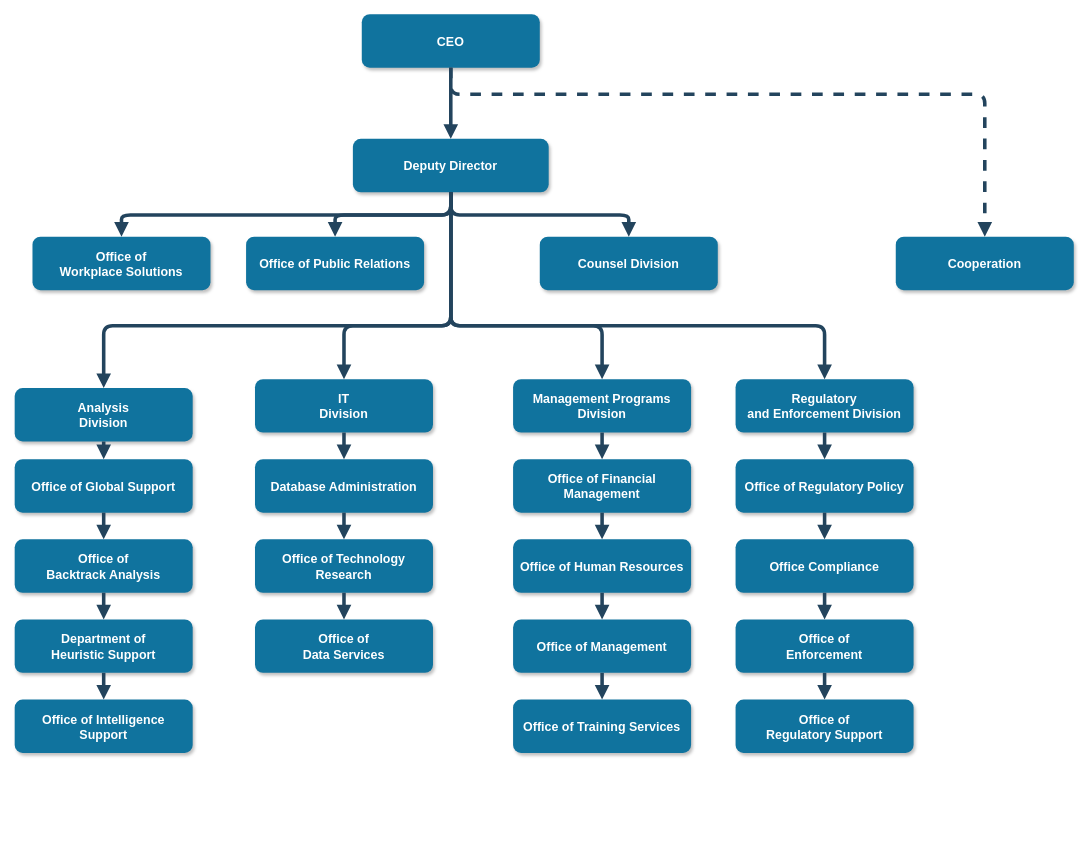
The draw.io diagram Диаграмма без названия.drawio in chk777/m, before the edit. Source tidied: cells renumbered, new cells numbered last; positions are measured from the earlier drawing's top-left corner, leaving out a move shared by most shapes. Both pictures are drawn from the tidied source at 89%, with x=0, y=0 at pixel (14, 14).
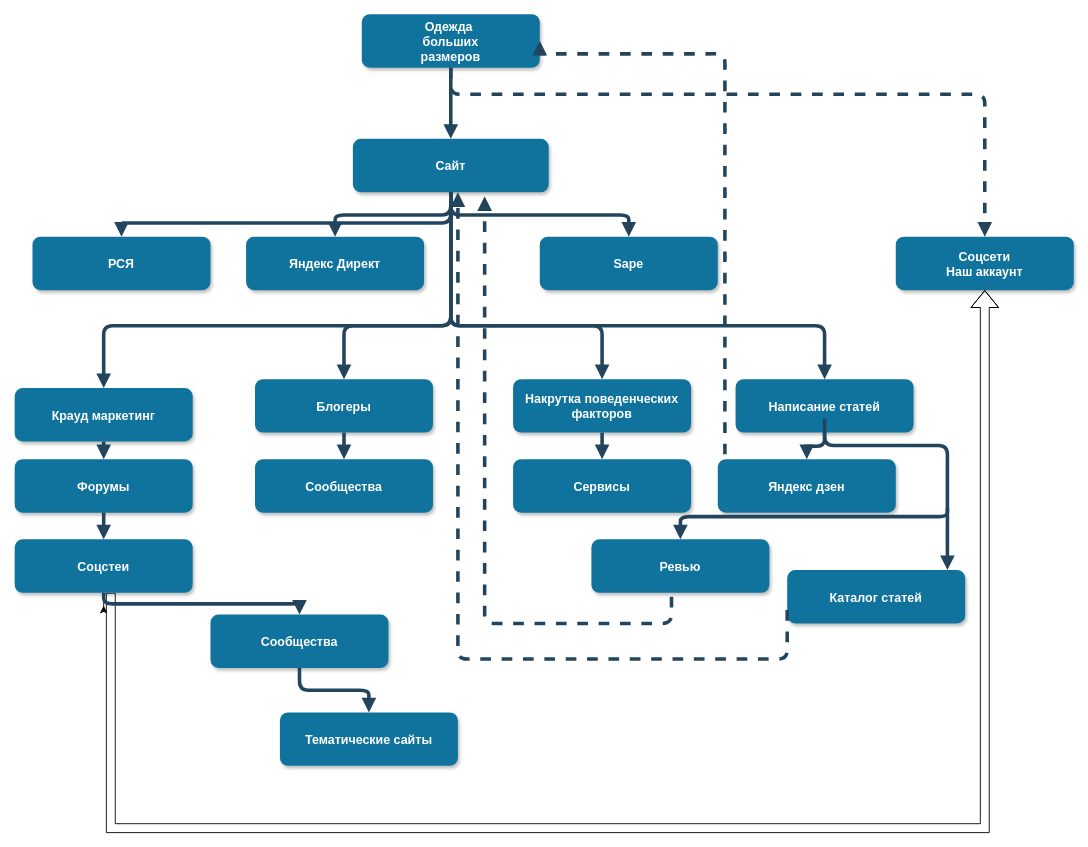
The same diagram, later.

Commit message:
Общая схема источников трафика для Jeleshop

Change to the diagram source:
```diff
@@
-    <mxCell id="2" value="CEO" style="rounded=1;fillColor=#10739E;strokeColor=none;shadow=1;gradientColor=none;fontStyle=1;fontColor=#FFFFFF;fontSize=14;" parent="1" vertex="1">
+    <mxCell id="2" value="Одежда &#10;больших&#10;размеров" style="rounded=1;fillColor=#10739E;strokeColor=none;shadow=1;gradientColor=none;fontStyle=1;fontColor=#FFFFFF;fontSize=14;" parent="1" vertex="1">
       <mxGeometry x="390" y="-0.5" width="200" height="60" as="geometry" />
     </mxCell>
-    <mxCell id="3" value="Deputy Director" style="rounded=1;fillColor=#10739E;strokeColor=none;shadow=1;gradientColor=none;fontStyle=1;fontColor=#FFFFFF;fontSize=14;" parent="1" vertex="1">
+    <mxCell id="3" value="Сайт" style="rounded=1;fillColor=#10739E;strokeColor=none;shadow=1;gradientColor=none;fontStyle=1;fontColor=#FFFFFF;fontSize=14;" parent="1" vertex="1">
       <mxGeometry x="380" y="139.5" width="220" height="60" as="geometry" />
     </mxCell>
-    <mxCell id="4" value="Office of &#10;Workplace Solutions" style="rounded=1;fillColor=#10739E;strokeColor=none;shadow=1;gradientColor=none;fontStyle=1;fontColor=#FFFFFF;fontSize=14;" parent="1" vertex="1">
+    <mxCell id="4" value="РСЯ" style="rounded=1;fillColor=#10739E;strokeColor=none;shadow=1;gradientColor=none;fontStyle=1;fontColor=#FFFFFF;fontSize=14;" parent="1" vertex="1">
       <mxGeometry x="20" y="249.5" width="200" height="60" as="geometry" />
     </mxCell>
-    <mxCell id="5" value="Office of Public Relations" style="rounded=1;fillColor=#10739E;strokeColor=none;shadow=1;gradientColor=none;fontStyle=1;fontColor=#FFFFFF;fontSize=14;" parent="1" vertex="1">
+    <mxCell id="5" value="Яндекс Директ" style="rounded=1;fillColor=#10739E;strokeColor=none;shadow=1;gradientColor=none;fontStyle=1;fontColor=#FFFFFF;fontSize=14;" parent="1" vertex="1">
       <mxGeometry x="260" y="249.5" width="200" height="60" as="geometry" />
     </mxCell>
-    <mxCell id="6" value="Counsel Division" style="rounded=1;fillColor=#10739E;strokeColor=none;shadow=1;gradientColor=none;fontStyle=1;fontColor=#FFFFFF;fontSize=14;" parent="1" vertex="1">
+    <mxCell id="6" value="Sape" style="rounded=1;fillColor=#10739E;strokeColor=none;shadow=1;gradientColor=none;fontStyle=1;fontColor=#FFFFFF;fontSize=14;" parent="1" vertex="1">
       <mxGeometry x="590" y="249.5" width="200" height="60" as="geometry" />
     </mxCell>
-    <mxCell id="7" value="Cooperation" style="rounded=1;fillColor=#10739E;strokeColor=none;shadow=1;gradientColor=none;fontStyle=1;fontColor=#FFFFFF;fontSize=14;" parent="1" vertex="1">
+    <mxCell id="7" value="Соцсети&#10;Наш аккаунт" style="rounded=1;fillColor=#10739E;strokeColor=none;shadow=1;gradientColor=none;fontStyle=1;fontColor=#FFFFFF;fontSize=14;" parent="1" vertex="1">
       <mxGeometry x="990" y="249.5" width="200" height="60" as="geometry" />
     </mxCell>
-    <mxCell id="8" value="Analysis &#10;Division" style="rounded=1;fillColor=#10739E;strokeColor=none;shadow=1;gradientColor=none;fontStyle=1;fontColor=#FFFFFF;fontSize=14;" parent="1" vertex="1">
+    <mxCell id="8" value="Крауд маркетинг" style="rounded=1;fillColor=#10739E;strokeColor=none;shadow=1;gradientColor=none;fontStyle=1;fontColor=#FFFFFF;fontSize=14;" parent="1" vertex="1">
       <mxGeometry y="419.5" width="200" height="60" as="geometry" />
     </mxCell>
-    <mxCell id="9" value="Office of Global Support" style="rounded=1;fillColor=#10739E;strokeColor=none;shadow=1;gradientColor=none;fontStyle=1;fontColor=#FFFFFF;fontSize=14;" parent="1" vertex="1">
+    <mxCell id="9" value="Форумы" style="rounded=1;fillColor=#10739E;strokeColor=none;shadow=1;gradientColor=none;fontStyle=1;fontColor=#FFFFFF;fontSize=14;" parent="1" vertex="1">
       <mxGeometry y="499.5" width="200" height="60" as="geometry" />
     </mxCell>
+    <mxCell id="51" style="edgeStyle=orthogonalEdgeStyle;rounded=0;jettySize=auto;html=1;entryX=0.5;entryY=1;entryDx=0;entryDy=0;shape=flexArrow;strokeColor=#000000;" parent="1" edge="1" source="10" target="7">
+      <mxGeometry relative="1" as="geometry">
+        <Array as="points">
+          <mxPoint x="108" y="914" />
+          <mxPoint x="1090" y="914" />
+        </Array>
+      </mxGeometry>
+    </mxCell>
+    <mxCell id="52" style="edgeStyle=orthogonalEdgeStyle;rounded=0;jettySize=auto;html=1;" parent="1" edge="1" source="10">
+      <mxGeometry relative="1" as="geometry">
+        <mxPoint x="100" y="664" as="targetPoint" />
+      </mxGeometry>
+    </mxCell>
-    <mxCell id="10" value="Office of &#10;Backtrack Analysis" style="rounded=1;fillColor=#10739E;strokeColor=none;shadow=1;gradientColor=none;fontStyle=1;fontColor=#FFFFFF;fontSize=14;" parent="1" vertex="1">
+    <mxCell id="10" value="Соцстеи" style="rounded=1;fillColor=#10739E;strokeColor=none;shadow=1;gradientColor=none;fontStyle=1;fontColor=#FFFFFF;fontSize=14;" parent="1" vertex="1">
       <mxGeometry y="589.5" width="200" height="60" as="geometry" />
     </mxCell>
-    <mxCell id="11" value="Department of &#10;Heuristic Support" style="rounded=1;fillColor=#10739E;strokeColor=none;shadow=1;gradientColor=none;fontStyle=1;fontColor=#FFFFFF;fontSize=14;" parent="1" vertex="1">
-      <mxGeometry y="679.5" width="200" height="60" as="geometry" />
+    <mxCell id="11" value="Сообщества" style="rounded=1;fillColor=#10739E;strokeColor=none;shadow=1;gradientColor=none;fontStyle=1;fontColor=#FFFFFF;fontSize=14;" parent="1" vertex="1">
+      <mxGeometry x="220" y="674" width="200" height="60" as="geometry" />
     </mxCell>
-    <mxCell id="12" value="Office of Intelligence &#10;Support" style="rounded=1;fillColor=#10739E;strokeColor=none;shadow=1;gradientColor=none;fontStyle=1;fontColor=#FFFFFF;fontSize=14;" parent="1" vertex="1">
-      <mxGeometry y="769.5" width="200" height="60" as="geometry" />
+    <mxCell id="12" value="Тематические сайты" style="rounded=1;fillColor=#10739E;strokeColor=none;shadow=1;gradientColor=none;fontStyle=1;fontColor=#FFFFFF;fontSize=14;" parent="1" vertex="1">
+      <mxGeometry x="298" y="784" width="200" height="60" as="geometry" />
     </mxCell>
-    <mxCell id="13" value="IT&#10;Division" style="rounded=1;fillColor=#10739E;strokeColor=none;shadow=1;gradientColor=none;fontStyle=1;fontColor=#FFFFFF;fontSize=14;" parent="1" vertex="1">
+    <mxCell id="13" value="Блогеры" style="rounded=1;fillColor=#10739E;strokeColor=none;shadow=1;gradientColor=none;fontStyle=1;fontColor=#FFFFFF;fontSize=14;" parent="1" vertex="1">
       <mxGeometry x="270" y="409.5" width="200" height="60" as="geometry" />
     </mxCell>
-    <mxCell id="14" value="Database Administration" style="rounded=1;fillColor=#10739E;strokeColor=none;shadow=1;gradientColor=none;fontStyle=1;fontColor=#FFFFFF;fontSize=14;" parent="1" vertex="1">
+    <mxCell id="14" value="Сообщества" style="rounded=1;fillColor=#10739E;strokeColor=none;shadow=1;gradientColor=none;fontStyle=1;fontColor=#FFFFFF;fontSize=14;" parent="1" vertex="1">
       <mxGeometry x="270" y="499.5" width="200" height="60" as="geometry" />
     </mxCell>
-    <mxCell id="15" value="Office of Technology &#10;Research" style="rounded=1;fillColor=#10739E;strokeColor=none;shadow=1;gradientColor=none;fontStyle=1;fontColor=#FFFFFF;fontSize=14;" parent="1" vertex="1">
-      <mxGeometry x="270" y="589.5" width="200" height="60" as="geometry" />
-    </mxCell>
-    <mxCell id="16" value="Office of&#10;Data Services" style="rounded=1;fillColor=#10739E;strokeColor=none;shadow=1;gradientColor=none;fontStyle=1;fontColor=#FFFFFF;fontSize=14;" parent="1" vertex="1">
-      <mxGeometry x="270" y="679.5" width="200" height="60" as="geometry" />
-    </mxCell>
-    <mxCell id="17" value="Management Programs &#10;Division" style="rounded=1;fillColor=#10739E;strokeColor=none;shadow=1;gradientColor=none;fontStyle=1;fontColor=#FFFFFF;fontSize=14;" parent="1" vertex="1">
+    <mxCell id="17" value="Накрутка поведенческих&#10;факторов" style="rounded=1;fillColor=#10739E;strokeColor=none;shadow=1;gradientColor=none;fontStyle=1;fontColor=#FFFFFF;fontSize=14;" parent="1" vertex="1">
       <mxGeometry x="560" y="409.5" width="200" height="60" as="geometry" />
     </mxCell>
-    <mxCell id="18" value="Office of Financial &#10;Management" style="rounded=1;fillColor=#10739E;strokeColor=none;shadow=1;gradientColor=none;fontStyle=1;fontColor=#FFFFFF;fontSize=14;" parent="1" vertex="1">
+    <mxCell id="18" value="Сервисы" style="rounded=1;fillColor=#10739E;strokeColor=none;shadow=1;gradientColor=none;fontStyle=1;fontColor=#FFFFFF;fontSize=14;" parent="1" vertex="1">
       <mxGeometry x="560" y="499.5" width="200" height="60" as="geometry" />
     </mxCell>
-    <mxCell id="19" value="Office of Human Resources" style="rounded=1;fillColor=#10739E;strokeColor=none;shadow=1;gradientColor=none;fontStyle=1;fontColor=#FFFFFF;fontSize=14;" parent="1" vertex="1">
-      <mxGeometry x="560" y="589.5" width="200" height="60" as="geometry" />
-    </mxCell>
-    <mxCell id="20" value="Office of Management " style="rounded=1;fillColor=#10739E;strokeColor=none;shadow=1;gradientColor=none;fontStyle=1;fontColor=#FFFFFF;fontSize=14;" parent="1" vertex="1">
-      <mxGeometry x="560" y="679.5" width="200" height="60" as="geometry" />
-    </mxCell>
-    <mxCell id="21" value="Office of Training Services" style="rounded=1;fillColor=#10739E;strokeColor=none;shadow=1;gradientColor=none;fontStyle=1;fontColor=#FFFFFF;fontSize=14;" parent="1" vertex="1">
-      <mxGeometry x="560" y="769.5" width="200" height="60" as="geometry" />
-    </mxCell>
-    <mxCell id="22" value="Regulatory &#10;and Enforcement Division" style="rounded=1;fillColor=#10739E;strokeColor=none;shadow=1;gradientColor=none;fontStyle=1;fontColor=#FFFFFF;fontSize=14;" parent="1" vertex="1">
+    <mxCell id="22" value="Написание статей" style="rounded=1;fillColor=#10739E;strokeColor=none;shadow=1;gradientColor=none;fontStyle=1;fontColor=#FFFFFF;fontSize=14;" parent="1" vertex="1">
       <mxGeometry x="810" y="409.5" width="200" height="60" as="geometry" />
     </mxCell>
-    <mxCell id="23" value="Office of Regulatory Policy" style="rounded=1;fillColor=#10739E;strokeColor=none;shadow=1;gradientColor=none;fontStyle=1;fontColor=#FFFFFF;fontSize=14;" parent="1" vertex="1">
-      <mxGeometry x="810" y="499.5" width="200" height="60" as="geometry" />
+    <mxCell id="23" value="Яндекс дзен" style="rounded=1;fillColor=#10739E;strokeColor=none;shadow=1;gradientColor=none;fontStyle=1;fontColor=#FFFFFF;fontSize=14;" parent="1" vertex="1">
+      <mxGeometry x="790" y="499.5" width="200" height="60" as="geometry" />
     </mxCell>
-    <mxCell id="24" value="Office Compliance" style="rounded=1;fillColor=#10739E;strokeColor=none;shadow=1;gradientColor=none;fontStyle=1;fontColor=#FFFFFF;fontSize=14;" parent="1" vertex="1">
-      <mxGeometry x="810" y="589.5" width="200" height="60" as="geometry" />
-    </mxCell>
-    <mxCell id="25" value="Office of &#10;Enforcement" style="rounded=1;fillColor=#10739E;strokeColor=none;shadow=1;gradientColor=none;fontStyle=1;fontColor=#FFFFFF;fontSize=14;" parent="1" vertex="1">
-      <mxGeometry x="810" y="679.5" width="200" height="60" as="geometry" />
-    </mxCell>
-    <mxCell id="26" value="Office of&#10; Regulatory Support" style="rounded=1;fillColor=#10739E;strokeColor=none;shadow=1;gradientColor=none;fontStyle=1;fontColor=#FFFFFF;fontSize=14;" parent="1" vertex="1">
-      <mxGeometry x="810" y="769.5" width="200" height="60" as="geometry" />
-    </mxCell>
@@
     <mxCell id="29" style="edgeStyle=elbowEdgeStyle;elbow=vertical;strokeWidth=4;endArrow=block;endFill=1;fontStyle=1;strokeColor=#23445D;" parent="1" edge="1" source="3" target="4">
-      <mxGeometry x="22" y="165.5" as="geometry" />
+      <mxGeometry x="22" y="165.5" as="geometry">
+        <Array as="points">
+          <mxPoint x="378" y="234" />
+        </Array>
+      </mxGeometry>
     </mxCell>
@@
-    <mxCell id="39" style="edgeStyle=elbowEdgeStyle;elbow=vertical;strokeWidth=4;endArrow=block;endFill=1;fontStyle=1;strokeColor=#23445D;" parent="1" edge="1" source="14" target="15">
-      <mxGeometry x="62" y="175.5" as="geometry" />
-    </mxCell>
-    <mxCell id="40" style="edgeStyle=elbowEdgeStyle;elbow=vertical;strokeWidth=4;endArrow=block;endFill=1;fontStyle=1;strokeColor=#23445D;" parent="1" edge="1" source="15" target="16">
-      <mxGeometry x="62" y="185.5" as="geometry" />
-    </mxCell>
@@
-    <mxCell id="42" style="edgeStyle=elbowEdgeStyle;elbow=vertical;strokeWidth=4;endArrow=block;endFill=1;fontStyle=1;strokeColor=#23445D;" parent="1" edge="1" source="18" target="19">
-      <mxGeometry x="72" y="175.5" as="geometry" />
-    </mxCell>
-    <mxCell id="43" style="edgeStyle=elbowEdgeStyle;elbow=vertical;strokeWidth=4;endArrow=block;endFill=1;fontStyle=1;strokeColor=#23445D;" parent="1" edge="1" source="19" target="20">
-      <mxGeometry x="72" y="185.5" as="geometry" />
-    </mxCell>
-    <mxCell id="44" style="edgeStyle=elbowEdgeStyle;elbow=vertical;strokeWidth=4;endArrow=block;endFill=1;fontStyle=1;strokeColor=#23445D;" parent="1" edge="1" source="20" target="21">
-      <mxGeometry x="72" y="195.5" as="geometry" />
-    </mxCell>
@@
-    <mxCell id="46" style="edgeStyle=elbowEdgeStyle;elbow=vertical;strokeWidth=4;endArrow=block;endFill=1;fontStyle=1;strokeColor=#23445D;" parent="1" edge="1" source="23" target="24">
-      <mxGeometry x="72" y="175.5" as="geometry" />
-    </mxCell>
-    <mxCell id="47" style="edgeStyle=elbowEdgeStyle;elbow=vertical;strokeWidth=4;endArrow=block;endFill=1;fontStyle=1;strokeColor=#23445D;" parent="1" edge="1" source="24" target="25">
-      <mxGeometry x="72" y="185.5" as="geometry" />
+    <mxCell id="47" style="edgeStyle=elbowEdgeStyle;elbow=vertical;strokeWidth=4;endArrow=block;endFill=1;fontStyle=1;strokeColor=#23445D;" parent="1" edge="1">
+      <mxGeometry x="72" y="-10" as="geometry">
+        <mxPoint x="910" y="454" as="sourcePoint" />
+        <mxPoint x="1048" y="624" as="targetPoint" />
+        <Array as="points">
+          <mxPoint x="1048" y="484" />
+        </Array>
+      </mxGeometry>
     </mxCell>
-    <mxCell id="48" style="edgeStyle=elbowEdgeStyle;elbow=vertical;strokeWidth=4;endArrow=block;endFill=1;fontStyle=1;strokeColor=#23445D;" parent="1" edge="1" source="25" target="26">
-      <mxGeometry x="72" y="195.5" as="geometry" />
+    <mxCell id="48" style="edgeStyle=elbowEdgeStyle;elbow=vertical;strokeWidth=4;endArrow=block;endFill=1;fontStyle=1;strokeColor=#23445D;" parent="1" edge="1" target="54">
+      <mxGeometry x="200" y="10" as="geometry">
+        <mxPoint x="1048" y="554" as="sourcePoint" />
+        <Array as="points">
+          <mxPoint x="1048" y="564" />
+          <mxPoint x="1008" y="564" />
+        </Array>
+      </mxGeometry>
     </mxCell>
@@
+    <mxCell id="53" value="Каталог статей" style="rounded=1;fillColor=#10739E;strokeColor=none;shadow=1;gradientColor=none;fontStyle=1;fontColor=#FFFFFF;fontSize=14;" parent="1" vertex="1">
+      <mxGeometry x="868" y="624" width="200" height="60" as="geometry" />
+    </mxCell>
+    <mxCell id="54" value="Ревью" style="rounded=1;fillColor=#10739E;strokeColor=none;shadow=1;gradientColor=none;fontStyle=1;fontColor=#FFFFFF;fontSize=14;" parent="1" vertex="1">
+      <mxGeometry x="648" y="589.5" width="200" height="60" as="geometry" />
+    </mxCell>
+    <mxCell id="55" style="edgeStyle=elbowEdgeStyle;elbow=vertical;strokeWidth=4;endArrow=block;endFill=1;fontStyle=1;dashed=1;strokeColor=#23445D;entryX=0.673;entryY=1.075;entryDx=0;entryDy=0;entryPerimeter=0;" parent="1" edge="1" target="3">
+      <mxGeometry x="270" y="760" as="geometry">
+        <mxPoint x="738" y="654" as="sourcePoint" />
+        <Array as="points">
+          <mxPoint x="1028" y="684" />
+        </Array>
+      </mxGeometry>
+    </mxCell>
+    <mxCell id="56" style="edgeStyle=elbowEdgeStyle;elbow=vertical;strokeWidth=4;endArrow=block;endFill=1;fontStyle=1;dashed=1;strokeColor=#23445D;entryX=0.673;entryY=1.075;entryDx=0;entryDy=0;entryPerimeter=0;exitX=0;exitY=0.75;exitDx=0;exitDy=0;" parent="1" edge="1" source="53">
+      <mxGeometry x="239.9" y="755.5" as="geometry">
+        <mxPoint x="498" y="199.5" as="targetPoint" />
+        <Array as="points">
+          <mxPoint x="688" y="724" />
+        </Array>
+      </mxGeometry>
+    </mxCell>
+    <mxCell id="57" style="edgeStyle=elbowEdgeStyle;elbow=vertical;strokeWidth=4;endArrow=block;endFill=1;fontStyle=1;dashed=1;strokeColor=#23445D;entryX=1;entryY=0.5;entryDx=0;entryDy=0;" parent="1" edge="1" target="2">
+      <mxGeometry x="342" y="605.5" as="geometry">
+        <mxPoint x="798" y="494" as="sourcePoint" />
+        <Array as="points">
+          <mxPoint x="618" y="44" />
+          <mxPoint x="738" y="134" />
+          <mxPoint x="818" y="384" />
+          <mxPoint x="628" y="124" />
+          <mxPoint x="668" y="144" />
+          <mxPoint x="798" y="364" />
+          <mxPoint x="628" y="124" />
+          <mxPoint x="628" y="194" />
+          <mxPoint x="708" y="214" />
+        </Array>
+      </mxGeometry>
+    </mxCell>
```
